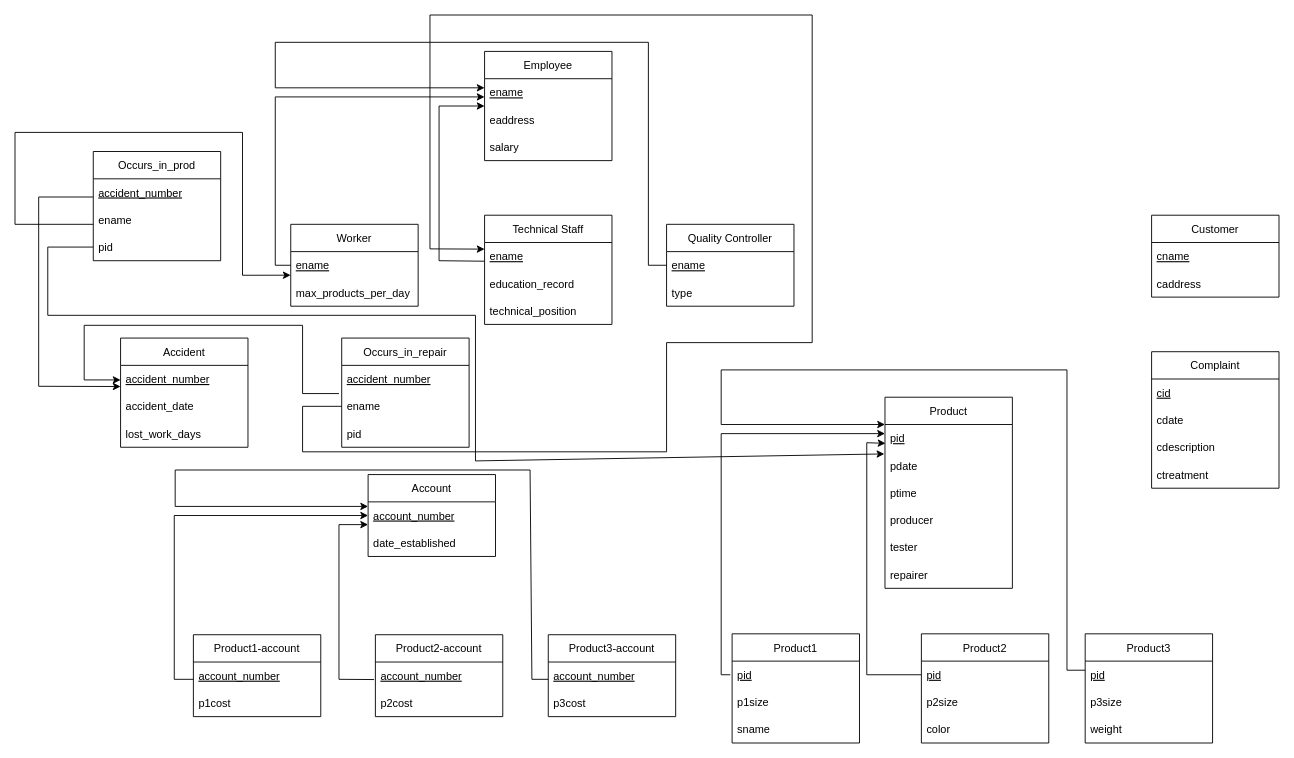
Before: schema_diagram.drawio in starrycode/ER-Diagrams, a draw.io diagram. Source tidied: cells renumbered, new cells numbered last; positions are measured from the earlier drawing's top-left corner, leaving out a move shared by most shapes. Both pictures are drawn from the tidied source at 91%, with x=0, y=0 at pixel (15, 15).
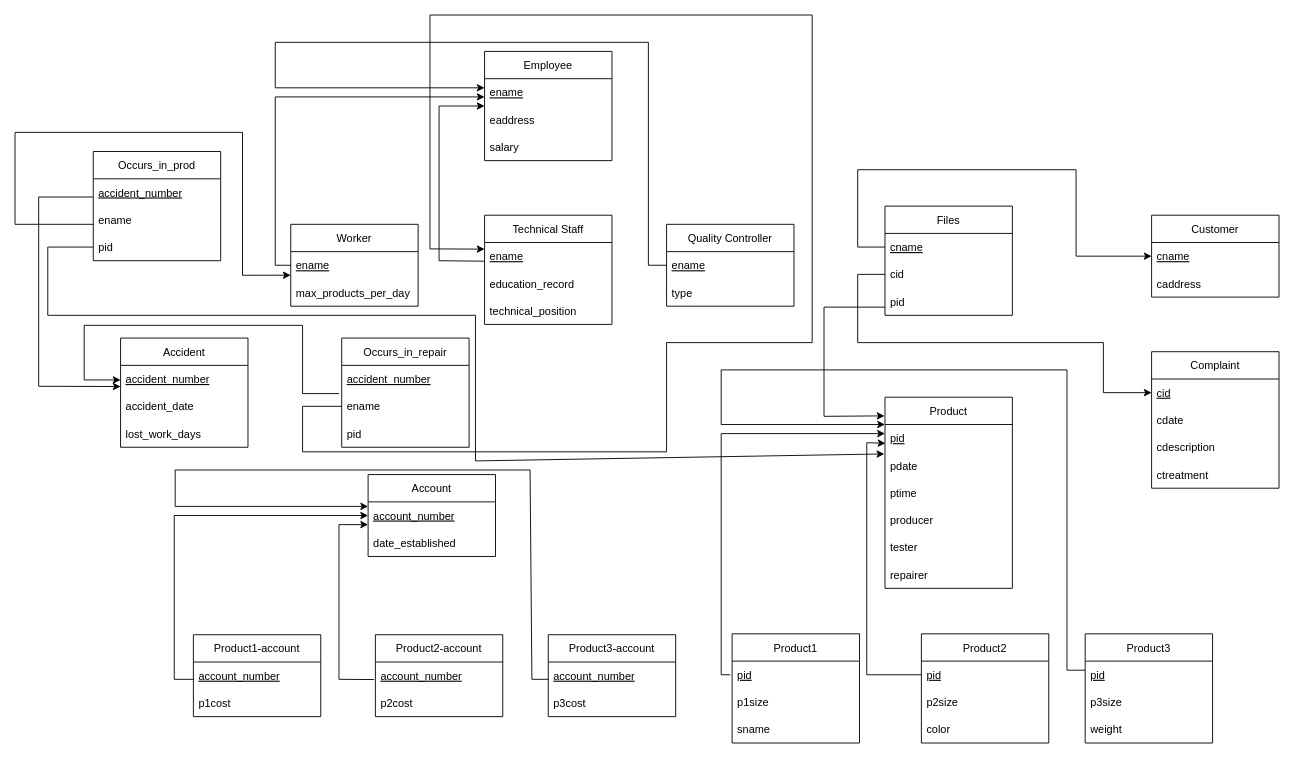
After the change.

The change refers to these unchanged cells:
```xml
<mxCell id="20" value="cname" style="text;strokeColor=none;fillColor=none;align=left;verticalAlign=middle;spacingLeft=4;spacingRight=4;overflow=hidden;points=[[0,0.5],[1,0.5]];portConstraint=eastwest;fontStyle=4;" parent="19" vertex="1">
  <mxGeometry y="30" width="140" height="30" as="geometry" />
</mxCell>
<mxCell id="23" value="cid" style="text;strokeColor=none;fillColor=none;align=left;verticalAlign=middle;spacingLeft=4;spacingRight=4;overflow=hidden;points=[[0,0.5],[1,0.5]];portConstraint=eastwest;fontStyle=4;" parent="22" vertex="1">
  <mxGeometry y="30" width="140" height="30" as="geometry" />
</mxCell>
```

The edit, as a diff of the source:
```diff
@@
+    <mxCell id="81" value="Files" style="swimlane;fontStyle=0;horizontal=1;startSize=30;" parent="1" vertex="1">
+      <mxGeometry x="956" y="210" width="140" height="120" as="geometry" />
+    </mxCell>
+    <mxCell id="82" value="cname" style="text;strokeColor=none;fillColor=none;align=left;verticalAlign=middle;spacingLeft=4;spacingRight=4;overflow=hidden;points=[[0,0.5],[1,0.5]];portConstraint=eastwest;fontStyle=4;" parent="81" vertex="1">
+      <mxGeometry y="30" width="140" height="30" as="geometry" />
+    </mxCell>
+    <mxCell id="83" value="cid" style="text;strokeColor=none;fillColor=none;align=left;verticalAlign=middle;spacingLeft=4;spacingRight=4;overflow=hidden;points=[[0,0.5],[1,0.5]];portConstraint=eastwest;fontStyle=0;" parent="81" vertex="1">
+      <mxGeometry y="60" width="140" height="30" as="geometry" />
+    </mxCell>
+    <mxCell id="84" value="pid" style="text;strokeColor=none;fillColor=none;align=left;verticalAlign=middle;spacingLeft=4;spacingRight=4;overflow=hidden;fontStyle=0;" parent="81" vertex="1">
+      <mxGeometry y="90" width="140" height="30" as="geometry" />
+    </mxCell>
+    <mxCell id="85" style="endArrow=classic;html=1;rounded=0;entryX=0;entryY=0.5;entryDx=0;entryDy=0;exitX=0;exitY=0.5;exitDx=0;exitDy=0;" parent="1" edge="1" source="82" target="20">
+      <mxGeometry relative="1" as="geometry">
+        <Array as="points">
+          <mxPoint x="926" y="255" />
+          <mxPoint x="926" y="170" />
+          <mxPoint x="1166" y="170" />
+          <mxPoint x="1166" y="265" />
+        </Array>
+      </mxGeometry>
+    </mxCell>
+    <mxCell id="86" style="endArrow=classic;html=1;rounded=0;entryX=0;entryY=0.5;entryDx=0;entryDy=0;exitX=0;exitY=0.5;exitDx=0;exitDy=0;" parent="1" edge="1" source="83" target="23">
+      <mxGeometry relative="1" as="geometry">
+        <Array as="points">
+          <mxPoint x="926" y="285" />
+          <mxPoint x="926" y="360" />
+          <mxPoint x="1196" y="360" />
+          <mxPoint x="1196" y="415" />
+        </Array>
+      </mxGeometry>
+    </mxCell>
+    <mxCell id="87" style="endArrow=classic;html=1;rounded=0;entryX=-0.025;entryY=0.093;entryDx=0;entryDy=0;entryPerimeter=0;" parent="1" edge="1">
+      <mxGeometry relative="1" as="geometry">
+        <mxPoint x="956" y="321" as="sourcePoint" />
+        <mxPoint x="955.5" y="440.5" as="targetPoint" />
+        <Array as="points">
+          <mxPoint x="889" y="321" />
+          <mxPoint x="889" y="441" />
+        </Array>
+      </mxGeometry>
+    </mxCell>
```
